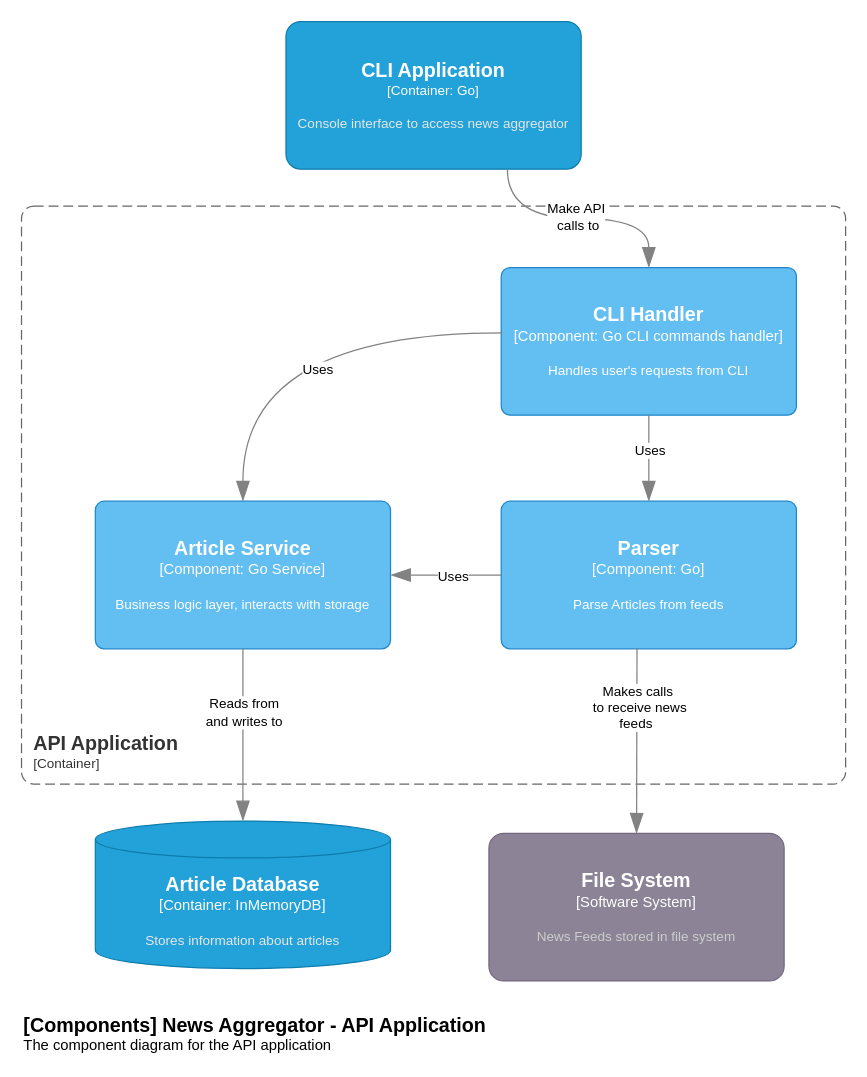
Above: page "ComponentDiagram" (3 of 4) of docs/c4model/c4model.drawio.xml in antonchaban/news-aggregator (draw.io), before the change. Source tidied: cells renumbered, new cells numbered last; positions are measured from the earlier drawing's top-left corner, leaving out a move shared by most shapes. Both pictures are drawn from the tidied source at 123%, with x=0, y=0 at pixel (21, 21).
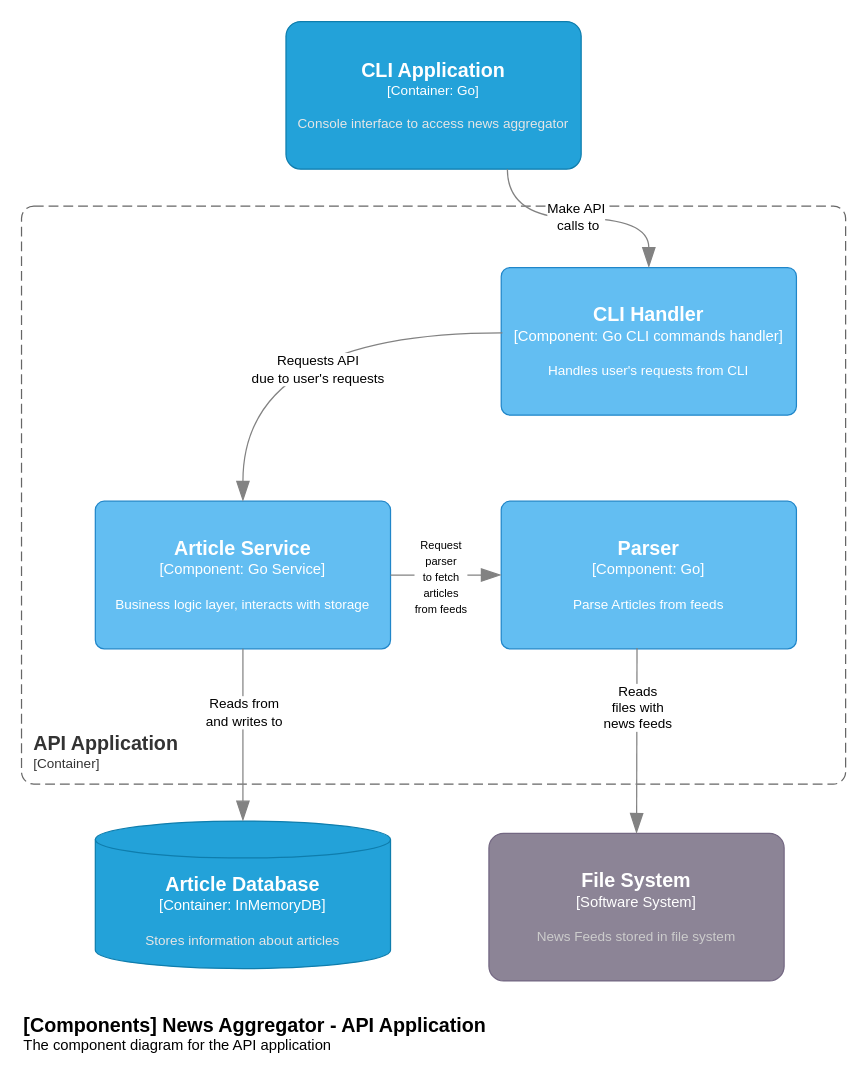
After the change.

The change refers to these unchanged cells:
```xml
<object id="5" label="&lt;font style=&quot;font-size: 16px&quot;&gt;&lt;b&gt;%c4Name%&lt;/b&gt;&lt;/font&gt;&lt;div&gt;[%c4Type%: %c4Technology%]&lt;/div&gt;&lt;br&gt;&lt;div&gt;&lt;font style=&quot;font-size: 11px&quot;&gt;%c4Description%&lt;/font&gt;&lt;/div&gt;" c4Description="Handles user's requests from CLI" c4Name="CLI Handler" c4Technology="Go CLI commands handler" c4Type="Component" placeholders="1">
  <mxCell style="rounded=1;whiteSpace=wrap;html=1;labelBackgroundColor=none;fillColor=#63BEF2;fontColor=#ffffff;align=center;arcSize=6;strokeColor=#2086C9;points=[[0.25,0,0],[0.5,0,0],[0.75,0,0],[1,0.25,0],[1,0.5,0],[1,0.75,0],[0.75,1,0],[0.5,1,0],[0.25,1,0],[0,0.75,0],[0,0.5,0],[0,0.25,0]];" parent="1" vertex="1">
    <mxGeometry x="390" y="200" width="240" height="120" as="geometry" />
  </mxCell>
</object>
<object id="6" label="&lt;font style=&quot;font-size: 16px&quot;&gt;&lt;b&gt;%c4Name%&lt;/b&gt;&lt;/font&gt;&lt;div&gt;[%c4Type%: %c4Technology%]&lt;/div&gt;&lt;br&gt;&lt;div&gt;&lt;font style=&quot;font-size: 11px&quot;&gt;%c4Description%&lt;/font&gt;&lt;/div&gt;" c4Description="Business logic layer, interacts with storage" c4Name="Article Service" c4Technology="Go Service" c4Type="Component" placeholders="1">
  <mxCell style="rounded=1;whiteSpace=wrap;html=1;labelBackgroundColor=none;fillColor=#63BEF2;fontColor=#ffffff;align=center;arcSize=6;strokeColor=#2086C9;points=[[0.25,0,0],[0.5,0,0],[0.75,0,0],[1,0.25,0],[1,0.5,0],[1,0.75,0],[0.75,1,0],[0.5,1,0],[0.25,1,0],[0,0.75,0],[0,0.5,0],[0,0.25,0]];" parent="1" vertex="1">
    <mxGeometry x="60" y="390" width="240" height="120" as="geometry" />
  </mxCell>
</object>
<object id="7" label="&lt;font style=&quot;font-size: 16px&quot;&gt;&lt;b&gt;%c4Name%&lt;/b&gt;&lt;/font&gt;&lt;div&gt;[%c4Type%: %c4Technology%]&lt;/div&gt;&lt;br&gt;&lt;div&gt;&lt;font style=&quot;font-size: 11px&quot;&gt;%c4Description%&lt;/font&gt;&lt;/div&gt;" c4Description="Parse Articles from feeds" c4Name="Parser" c4Technology="Go" c4Type="Component" placeholders="1">
  <mxCell style="rounded=1;whiteSpace=wrap;html=1;labelBackgroundColor=none;fillColor=#63BEF2;fontColor=#ffffff;align=center;arcSize=6;strokeColor=#2086C9;points=[[0.25,0,0],[0.5,0,0],[0.75,0,0],[1,0.25,0],[1,0.5,0],[1,0.75,0],[0.75,1,0],[0.5,1,0],[0.25,1,0],[0,0.75,0],[0,0.5,0],[0,0.25,0]];" parent="1" vertex="1">
    <mxGeometry x="390" y="390" width="240" height="120" as="geometry" />
  </mxCell>
</object>
<mxCell id="14" style="endArrow=blockThin;html=1;fontSize=10;fontColor=#404040;strokeWidth=1;endFill=1;strokeColor=#828282;elbow=vertical;endSize=14;startSize=14;jumpStyle=arc;jumpSize=16;rounded=0;edgeStyle=orthogonalEdgeStyle;exitX=0.46;exitY=0.994;exitDx=0;exitDy=0;exitPerimeter=0;entryX=0.5;entryY=0;entryDx=0;entryDy=0;entryPerimeter=0;" parent="1" edge="1" source="7" target="8">
  <mxGeometry relative="1" as="geometry" />
</mxCell>
<mxCell id="20" style="endArrow=blockThin;html=1;fontSize=10;fontColor=#404040;strokeWidth=1;endFill=1;strokeColor=#828282;elbow=vertical;endSize=14;startSize=14;jumpStyle=arc;jumpSize=16;rounded=0;edgeStyle=orthogonalEdgeStyle;exitX=0.004;exitY=0.442;exitDx=0;exitDy=0;exitPerimeter=0;entryX=0.5;entryY=0;entryDx=0;entryDy=0;entryPerimeter=0;curved=1;" parent="1" edge="1" source="5" target="6">
  <mxGeometry relative="1" as="geometry" />
</mxCell>
```

What changed in the source:
```diff
@@
-    <mxCell id="12" style="endArrow=blockThin;html=1;fontSize=10;fontColor=#404040;strokeWidth=1;endFill=1;strokeColor=#828282;elbow=vertical;endSize=14;startSize=14;jumpStyle=arc;jumpSize=16;rounded=0;edgeStyle=orthogonalEdgeStyle;exitX=0.5;exitY=1;exitDx=0;exitDy=0;exitPerimeter=0;entryX=0.5;entryY=0;entryDx=0;entryDy=0;entryPerimeter=0;" parent="1" edge="1" source="5" target="7">
+    <mxCell id="12" style="endArrow=blockThin;html=1;fontSize=10;fontColor=#404040;strokeWidth=1;endFill=1;strokeColor=#828282;elbow=vertical;endSize=14;startSize=14;jumpStyle=arc;jumpSize=16;rounded=0;edgeStyle=orthogonalEdgeStyle;exitX=1;exitY=0.5;exitDx=0;exitDy=0;exitPerimeter=0;entryX=0;entryY=0.5;entryDx=0;entryDy=0;entryPerimeter=0;" parent="1" edge="1" source="6" target="7">
       <mxGeometry relative="1" as="geometry" />
     </mxCell>
-    <mxCell id="13" value="Uses" style="edgeLabel;html=1;align=center;verticalAlign=middle;" parent="12" vertex="1">
-      <mxGeometry x="-0.2" relative="1" as="geometry" />
+    <mxCell id="13" value="&lt;font style=&quot;font-size: 9px;&quot;&gt;Request&lt;br&gt;parser&lt;br&gt;to fetch&lt;br&gt;articles&lt;br&gt;from feeds&lt;/font&gt;" style="edgeLabel;html=1;align=center;verticalAlign=middle;" parent="12" vertex="1">
+      <mxGeometry x="-0.2" relative="1" as="geometry">
+        <mxPoint x="4" as="offset" />
+      </mxGeometry>
     </mxCell>
@@
-    <mxCell id="15" value="Makes calls&lt;br&gt;&amp;nbsp;to receive news&lt;br&gt;feeds&amp;nbsp;" style="edgeLabel;html=1;align=center;verticalAlign=middle;" parent="14" vertex="1">
+    <mxCell id="15" value="Reads&lt;br&gt;files with&lt;br&gt;news feeds" style="edgeLabel;html=1;align=center;verticalAlign=middle;" parent="14" vertex="1">
       <mxGeometry x="-0.16" relative="1" as="geometry">
         <mxPoint y="-15" as="offset" />
       </mxGeometry>
     </mxCell>
-    <mxCell id="16" style="endArrow=blockThin;html=1;fontSize=10;fontColor=#404040;strokeWidth=1;endFill=1;strokeColor=#828282;elbow=vertical;endSize=14;startSize=14;jumpStyle=arc;jumpSize=16;rounded=0;edgeStyle=orthogonalEdgeStyle;entryX=1;entryY=0.5;entryDx=0;entryDy=0;entryPerimeter=0;exitX=0;exitY=0.5;exitDx=0;exitDy=0;exitPerimeter=0;" parent="1" edge="1" source="7" target="6">
-      <mxGeometry relative="1" as="geometry" />
-    </mxCell>
-    <mxCell id="17" value="Uses" style="edgeLabel;html=1;align=center;verticalAlign=middle;" parent="16" vertex="1">
-      <mxGeometry x="0.02" y="1" relative="1" as="geometry">
-        <mxPoint x="6" y="-1" as="offset" />
-      </mxGeometry>
-    </mxCell>
@@
-    <mxCell id="21" value="Uses" style="edgeLabel;html=1;align=center;verticalAlign=middle;" parent="20" vertex="1">
+    <mxCell id="21" value="Requests API&lt;br&gt;due to user's requests" style="edgeLabel;html=1;align=center;verticalAlign=middle;" parent="20" vertex="1">
       <mxGeometry x="-0.14" y="29" relative="1" as="geometry" />
     </mxCell>
```
